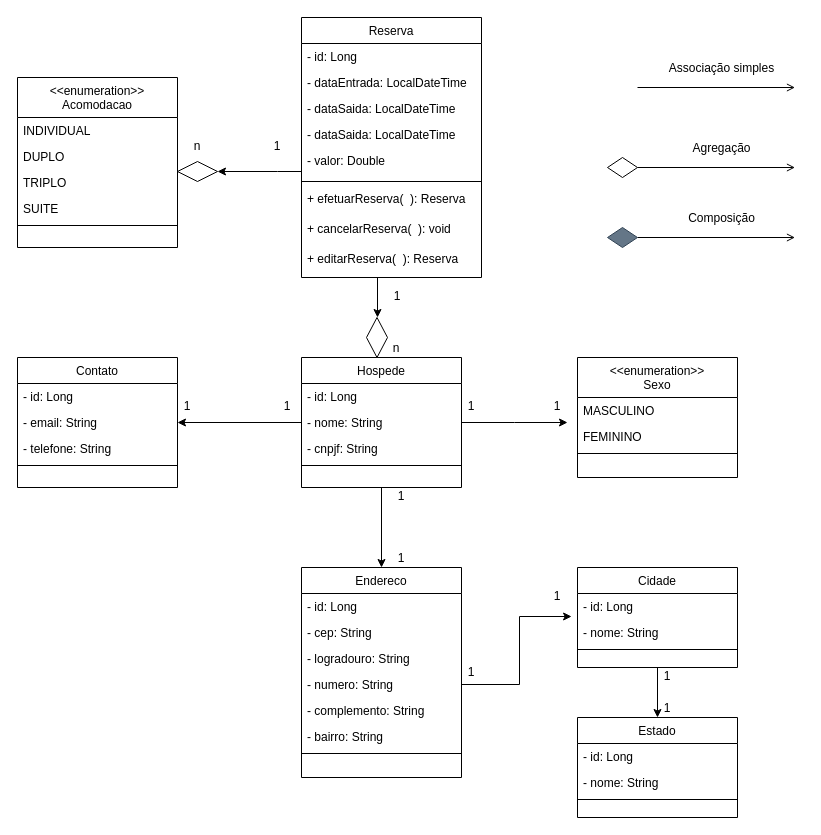
This is Diagrama UML/DiagramaMJV.drawio from lucarauj/mjv-java-school-grupo06-atividades, a draw.io file, before an edit. Source tidied: cells renumbered, new cells numbered last; positions are measured from the earlier drawing's top-left corner, leaving out a move shared by most shapes. Both pictures are drawn from the tidied source at 100%, with x=0, y=0 at pixel (17, 17).
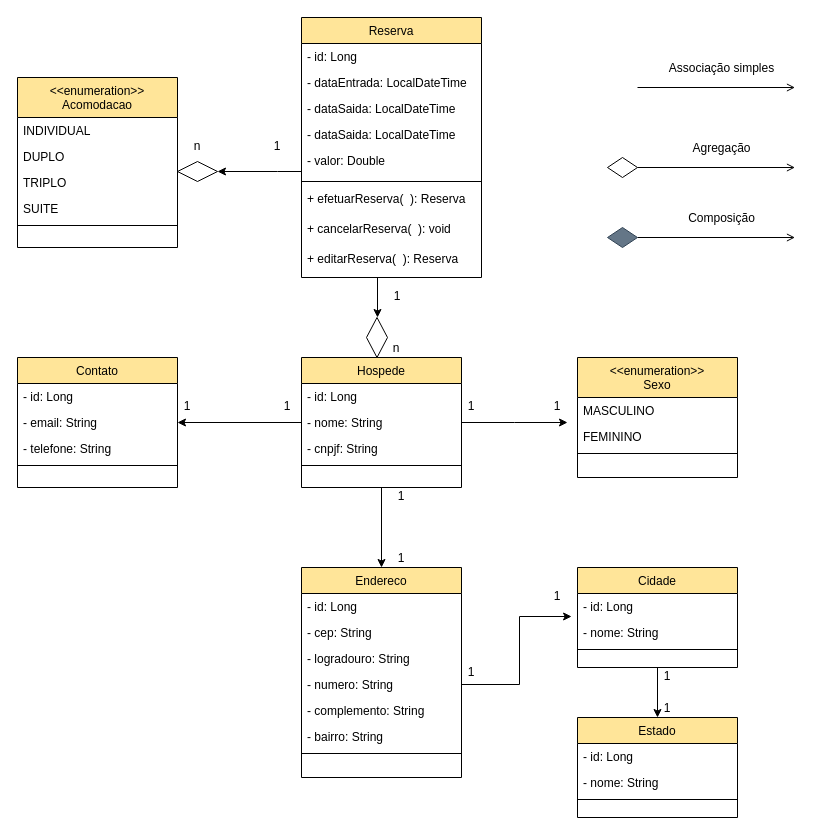
The same diagram, later.

Commit message:
Add cor no diagrama

What changed in the source:
```diff
@@
-    <mxCell id="5" value="Hospede" style="swimlane;fontStyle=0;align=center;verticalAlign=top;horizontal=1;startSize=26;rounded=0;shadow=0;strokeWidth=1;" parent="1" vertex="1">
+    <mxCell id="5" value="Hospede" style="swimlane;fontStyle=0;align=center;verticalAlign=top;horizontal=1;startSize=26;rounded=0;shadow=0;strokeWidth=1;fillColor=#FFE599;" parent="1" vertex="1">
       <mxGeometry x="284" y="340" width="160" height="130" as="geometry" />
     </mxCell>
@@
-    <mxCell id="11" value="Endereco" style="swimlane;fontStyle=0;align=center;verticalAlign=top;horizontal=1;startSize=26;rounded=0;shadow=0;strokeWidth=1;" parent="1" vertex="1">
+    <mxCell id="11" value="Endereco" style="swimlane;fontStyle=0;align=center;verticalAlign=top;horizontal=1;startSize=26;rounded=0;shadow=0;strokeWidth=1;fillColor=#FFE599;" parent="1" vertex="1">
       <mxGeometry x="284" y="550" width="160" height="210" as="geometry" />
     </mxCell>
@@
-    <mxCell id="19" value="Contato" style="swimlane;fontStyle=0;align=center;verticalAlign=top;horizontal=1;startSize=26;rounded=0;shadow=0;strokeWidth=1;" parent="1" vertex="1">
+    <mxCell id="19" value="Contato" style="swimlane;fontStyle=0;align=center;verticalAlign=top;horizontal=1;startSize=26;rounded=0;shadow=0;strokeWidth=1;fillColor=#FFE599;" parent="1" vertex="1">
       <mxGeometry y="340" width="160" height="130" as="geometry" />
     </mxCell>
@@
-    <mxCell id="25" value="Cidade" style="swimlane;fontStyle=0;align=center;verticalAlign=top;horizontal=1;startSize=26;rounded=0;shadow=0;strokeWidth=1;" parent="1" vertex="1">
+    <mxCell id="25" value="Cidade" style="swimlane;fontStyle=0;align=center;verticalAlign=top;horizontal=1;startSize=26;rounded=0;shadow=0;strokeWidth=1;fillColor=#FFE599;" parent="1" vertex="1">
       <mxGeometry x="560" y="550" width="160" height="100" as="geometry" />
     </mxCell>
@@
-    <mxCell id="29" value="Estado" style="swimlane;fontStyle=0;align=center;verticalAlign=top;horizontal=1;startSize=26;rounded=0;shadow=0;strokeWidth=1;" parent="1" vertex="1">
+    <mxCell id="29" value="Estado" style="swimlane;fontStyle=0;align=center;verticalAlign=top;horizontal=1;startSize=26;rounded=0;shadow=0;strokeWidth=1;fillColor=#FFE599;" parent="1" vertex="1">
       <mxGeometry x="560" y="700" width="160" height="100" as="geometry" />
     </mxCell>
@@
-    <mxCell id="34" value="Reserva" style="swimlane;fontStyle=0;align=center;verticalAlign=top;horizontal=1;startSize=26;rounded=0;shadow=0;strokeWidth=1;" parent="1" vertex="1">
+    <mxCell id="34" value="Reserva" style="swimlane;fontStyle=0;align=center;verticalAlign=top;horizontal=1;startSize=26;rounded=0;shadow=0;strokeWidth=1;fillColor=#FFE599;" parent="1" vertex="1">
       <mxGeometry x="284" width="180" height="260" as="geometry" />
     </mxCell>
@@
-    <mxCell id="44" value="&lt;&lt;enumeration&gt;&gt; &#10;Acomodacao" style="swimlane;fontStyle=0;align=center;verticalAlign=top;horizontal=1;startSize=40;rounded=0;shadow=0;strokeWidth=1;" parent="1" vertex="1">
+    <mxCell id="44" value="&lt;&lt;enumeration&gt;&gt; &#10;Acomodacao" style="swimlane;fontStyle=0;align=center;verticalAlign=top;horizontal=1;startSize=40;rounded=0;shadow=0;strokeWidth=1;fillColor=#FFE599;" parent="1" vertex="1">
       <mxGeometry y="60" width="160" height="170" as="geometry" />
     </mxCell>
@@
-    <mxCell id="56" value="&lt;&lt;enumeration&gt;&gt; &#10;Sexo" style="swimlane;fontStyle=0;align=center;verticalAlign=top;horizontal=1;startSize=40;rounded=0;shadow=0;strokeWidth=1;" parent="1" vertex="1">
+    <mxCell id="56" value="&lt;&lt;enumeration&gt;&gt; &#10;Sexo" style="swimlane;fontStyle=0;align=center;verticalAlign=top;horizontal=1;startSize=40;rounded=0;shadow=0;strokeWidth=1;fillColor=#FFE599;" parent="1" vertex="1">
       <mxGeometry x="560" y="340" width="160" height="120" as="geometry" />
     </mxCell>
```
